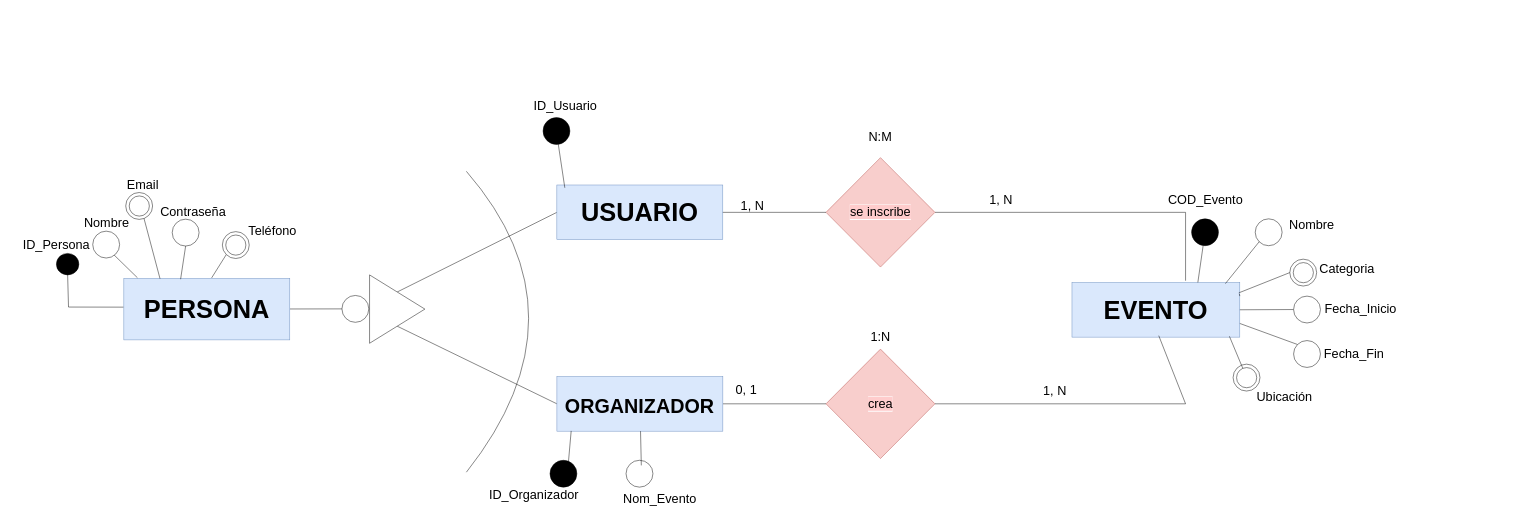
This is BBDD/DiagramaEntidadRelacion.drawio from ManuelSantosED/Proyecto_Indra, a draw.io file, before an edit. Source tidied: cells renumbered, new cells numbered last; positions are measured from the earlier drawing's top-left corner, leaving out a move shared by most shapes. Both pictures are drawn from the tidied source at 47%, with x=0, y=0 at pixel (8, 98).
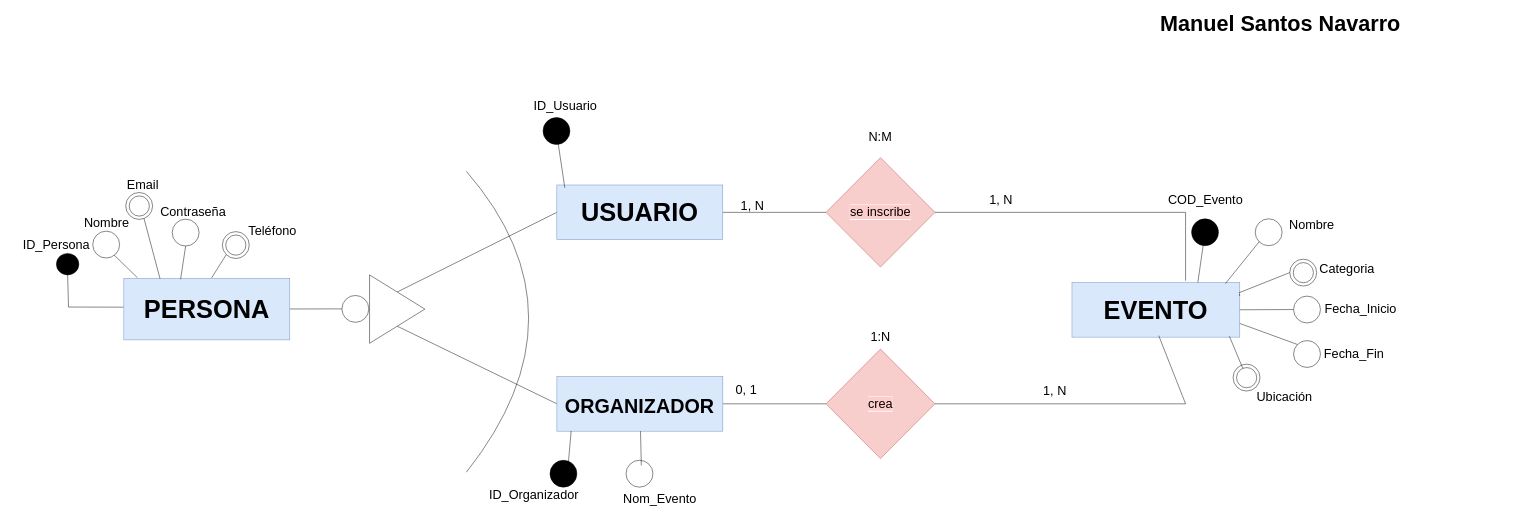
The same diagram, later.

Commit message (it also covers changes not shown here):
Modelo Entidad-Relación

The edit, as a diff of the source:
```diff
@@
+    <mxCell id="78" value="&lt;h1 style=&quot;margin-top: 0px;&quot;&gt;&lt;font style=&quot;font-size: 46px;&quot;&gt;Manuel Santos Navarro&lt;/font&gt;&lt;/h1&gt;" style="text;html=1;whiteSpace=wrap;overflow=hidden;rounded=0;" parent="1" vertex="1">
+      <mxGeometry x="2449" y="-192" width="630" height="70" as="geometry" />
+    </mxCell>
```
